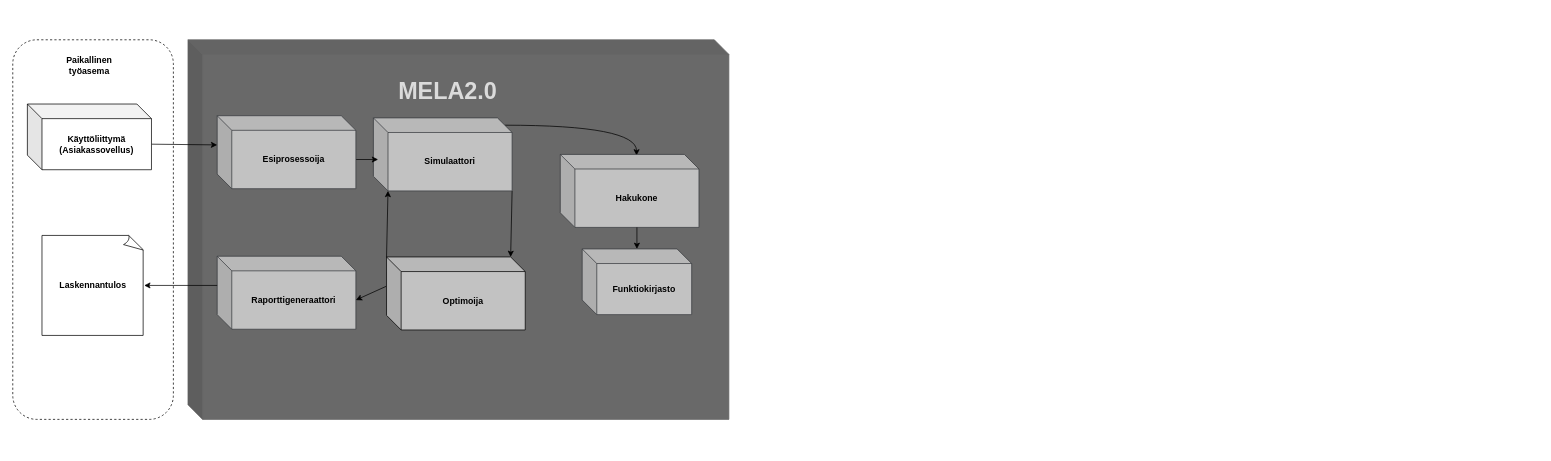
The draw.io diagram Figures/Kayttoliittyma.drawio in R1pe/MELA2.0-Users, before the edit. Source tidied: cells renumbered, new cells numbered last; positions are measured from the earlier drawing's top-left corner, leaving out a move shared by most shapes. Both pictures are drawn from the tidied source at 73%, with x=0, y=0 at pixel (12, 39).
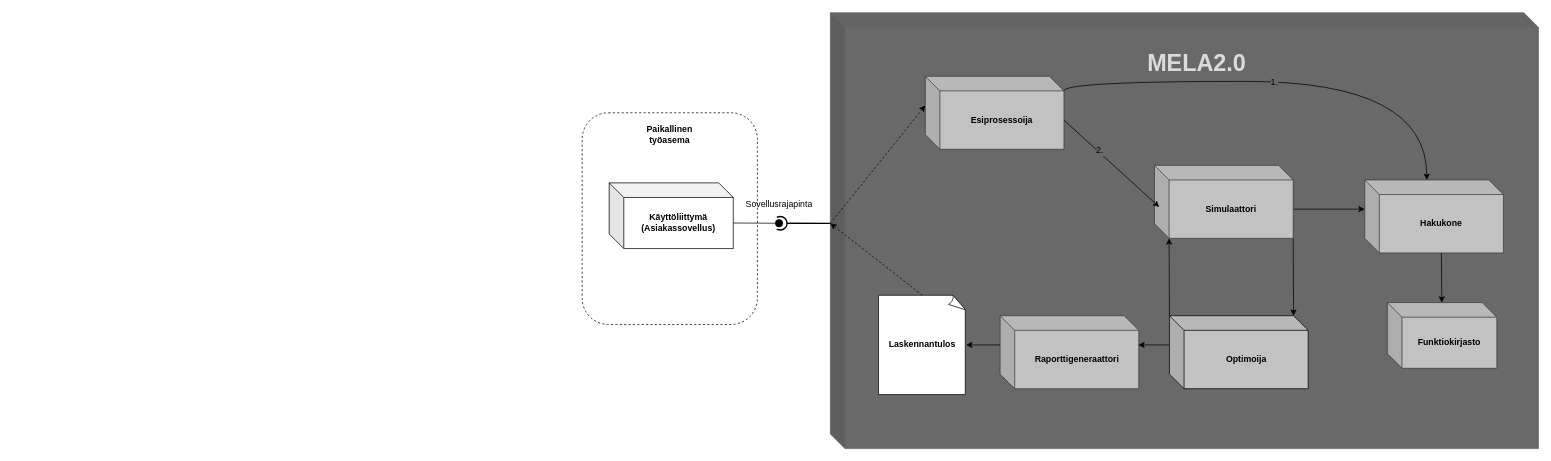
The same page after the edit.

Commit message (it also covers changes not shown here):
Kayttoliittyma figure made consistent with the public one

The change refers to these unchanged cells:
```xml
<mxCell id="16" style="edgeStyle=none;rounded=0;jettySize=auto;html=1;exitX=0;exitY=0;exitDx=190;exitDy=60;exitPerimeter=0;entryX=0.034;entryY=0.57;entryDx=0;entryDy=0;entryPerimeter=0;strokeColor=#000000;" parent="1" edge="1" source="17" target="8">
  <mxGeometry relative="1" as="geometry" />
</mxCell>
```

Diff of the diagram source:
```diff
@@
-    <mxCell id="2" style="rounded=1;whiteSpace=wrap;html=1;dashed=1;" parent="1" vertex="1">
-      <mxGeometry width="220" height="520" as="geometry" />
-    </mxCell>
-    <mxCell id="3" style="shape=cube;whiteSpace=wrap;html=1;boundedLbl=1;backgroundOutline=1;darkOpacity=0.05;darkOpacity2=0.1;fontSize=12;fillColor=#696969;strokeColor=#666666;fontColor=#333333;" parent="1" vertex="1">
-      <mxGeometry x="240" width="741" height="520" as="geometry" />
-    </mxCell>
+    <mxCell id="23" style="rounded=1;whiteSpace=wrap;html=1;dashed=1;" parent="1" vertex="1">
+      <mxGeometry x="780" y="100" width="240" height="290" as="geometry" />
+    </mxCell>
+    <mxCell id="24" style="shape=cube;whiteSpace=wrap;html=1;boundedLbl=1;backgroundOutline=1;darkOpacity=0.05;darkOpacity2=0.1;fontSize=12;fillColor=#696969;strokeColor=#666666;fontColor=#333333;" parent="1" vertex="1">
+      <mxGeometry x="1120" y="-37" width="970" height="597" as="geometry" />
+    </mxCell>
     <mxCell id="4" value="MELA2.0" style="text;html=1;strokeColor=none;fillColor=none;align=center;verticalAlign=middle;whiteSpace=wrap;rounded=0;fontSize=32;fontColor=#DBDBDB;fontStyle=1;" parent="1" vertex="1">
-      <mxGeometry x="515.5" y="44.5" width="160" height="50" as="geometry" />
+      <mxGeometry x="1542" y="6.5" width="160" height="50" as="geometry" />
     </mxCell>
     <mxCell id="5" value="Raporttigeneraattori" style="shape=cube;whiteSpace=wrap;html=1;boundedLbl=1;backgroundOutline=1;darkOpacity=0.05;darkOpacity2=0.1;fontSize=12;fillColor=#C2C2C2;strokeColor=#36393d;fontStyle=1;" parent="1" vertex="1">
-      <mxGeometry x="280" y="296.5" width="190" height="100" as="geometry" />
+      <mxGeometry x="1352.5" y="378" width="190" height="100" as="geometry" />
     </mxCell>
@@
-    <mxCell id="7" style="edgeStyle=orthogonalEdgeStyle;rounded=0;jettySize=auto;html=1;exitX=0;exitY=0;exitDx=180;exitDy=10;exitPerimeter=0;entryX=0.55;entryY=0.015;entryDx=0;entryDy=0;entryPerimeter=0;strokeColor=#000000;curved=1;" parent="1" edge="1" source="8" target="9">
-      <mxGeometry relative="1" as="geometry">
-        <Array as="points">
-          <mxPoint x="855" y="117" />
-        </Array>
-      </mxGeometry>
+    <mxCell id="7" style="edgeStyle=none;rounded=0;jettySize=auto;html=1;exitX=0;exitY=0;exitDx=190;exitDy=60;exitPerimeter=0;entryX=0;entryY=0;entryDx=0;entryDy=40;entryPerimeter=0;endArrow=classic;endFill=1;endSize=6;strokeWidth=1;" parent="1" edge="1" source="8" target="9">
+      <mxGeometry relative="1" as="geometry" />
     </mxCell>
     <mxCell id="8" value="Simulaattori" style="shape=cube;whiteSpace=wrap;html=1;boundedLbl=1;backgroundOutline=1;darkOpacity=0.05;darkOpacity2=0.1;fontSize=12;fillColor=#C2C2C2;strokeColor=#36393d;fontStyle=1;" parent="1" vertex="1">
-      <mxGeometry x="494" y="107" width="190" height="100" as="geometry" />
+      <mxGeometry x="1564" y="172" width="190" height="100" as="geometry" />
     </mxCell>
     <mxCell id="9" value="Hakukone" style="shape=cube;whiteSpace=wrap;html=1;boundedLbl=1;backgroundOutline=1;darkOpacity=0.05;darkOpacity2=0.1;fontSize=12;fillColor=#C2C2C2;strokeColor=#36393d;fontStyle=1;" parent="1" vertex="1">
-      <mxGeometry x="750" y="157" width="190" height="100" as="geometry" />
+      <mxGeometry x="1852" y="192" width="190" height="100" as="geometry" />
     </mxCell>
@@
-    <mxCell id="11" style="rounded=0;jettySize=auto;html=1;exitX=0;exitY=0;exitDx=0;exitDy=40;exitPerimeter=0;entryX=0;entryY=0;entryDx=190;entryDy=60;entryPerimeter=0;" parent="1" edge="1" source="12" target="5">
+    <mxCell id="11" style="rounded=0;jettySize=auto;html=1;exitX=0;exitY=0;exitDx=0;exitDy=40;exitPerimeter=0;entryX=0.997;entryY=0.4;entryDx=0;entryDy=0;entryPerimeter=0;" parent="1" edge="1" source="12" target="5">
       <mxGeometry relative="1" as="geometry" />
     </mxCell>
     <mxCell id="12" value="Optimoija" style="shape=cube;whiteSpace=wrap;html=1;boundedLbl=1;backgroundOutline=1;darkOpacity=0.05;darkOpacity2=0.1;fontSize=12;fillColor=#C2C2C2;strokeColor=#000000;fontStyle=1;" parent="1" vertex="1">
-      <mxGeometry x="512" y="297.5" width="190" height="100" as="geometry" />
+      <mxGeometry x="1584.5" y="378" width="190" height="100" as="geometry" />
     </mxCell>
-    <mxCell id="13" style="group;fontSize=12;" parent="1" vertex="1">
-      <mxGeometry x="413.5" y="397.5" width="300" height="160" as="geometry" />
-    </mxCell>
+    <mxCell id="25" style="group;fontSize=12;" parent="1" vertex="1">
+      <mxGeometry x="1480" y="389.5" width="300" height="160" as="geometry" />
+    </mxCell>
     <mxCell id="14" value="Laskennantulos" style="whiteSpace=wrap;html=1;shape=mxgraph.basic.document;fontSize=12;fontStyle=1;" parent="1" vertex="1">
-      <mxGeometry x="40" y="268" width="140" height="137" as="geometry" />
+      <mxGeometry x="1186" y="350" width="120" height="136" as="geometry" />
     </mxCell>
@@
+    <mxCell id="26" value="2." style="text;html=1;align=center;verticalAlign=middle;labelBackgroundColor=#696969;" parent="16" vertex="1">
+      <mxGeometry x="-0.27" y="2" relative="1" as="geometry" />
+    </mxCell>
+    <mxCell id="27" style="edgeStyle=orthogonalEdgeStyle;rounded=0;jettySize=auto;html=1;exitX=0;exitY=0;exitDx=190;exitDy=20;exitPerimeter=0;entryX=0;entryY=0;entryDx=85;entryDy=0;entryPerimeter=0;endArrow=classic;endFill=1;endSize=6;strokeWidth=1;curved=1;" parent="1" edge="1" source="17" target="9">
+      <mxGeometry relative="1" as="geometry">
+        <Array as="points">
+          <mxPoint x="1440" y="57" />
+          <mxPoint x="1937" y="57" />
+        </Array>
+      </mxGeometry>
+    </mxCell>
+    <mxCell id="28" value="1." style="text;html=1;align=center;verticalAlign=middle;labelBackgroundColor=#696969;" parent="27" vertex="1">
+      <mxGeometry x="-0.07" y="-1" relative="1" as="geometry" />
+    </mxCell>
     <mxCell id="17" value="Esiprosessoija" style="shape=cube;whiteSpace=wrap;html=1;boundedLbl=1;backgroundOutline=1;darkOpacity=0.05;darkOpacity2=0.1;fontSize=12;fillColor=#C2C2C2;strokeColor=#36393d;fontStyle=1;" parent="1" vertex="1">
-      <mxGeometry x="280" y="104" width="190" height="100" as="geometry" />
+      <mxGeometry x="1250" y="50" width="190" height="100" as="geometry" />
     </mxCell>
-    <mxCell id="18" style="rounded=0;jettySize=auto;html=1;exitX=0;exitY=0;exitDx=170;exitDy=55;exitPerimeter=0;entryX=0;entryY=0;entryDx=0;entryDy=40;entryPerimeter=0;strokeColor=#000000;" parent="1" edge="1" source="19" target="17">
-      <mxGeometry relative="1" as="geometry" />
-    </mxCell>
     <mxCell id="19" value="&lt;div&gt;Käyttöliittymä (Asiakassovellus)&lt;br&gt;&lt;/div&gt;" style="shape=cube;whiteSpace=wrap;html=1;boundedLbl=1;backgroundOutline=1;darkOpacity=0.05;darkOpacity2=0.1;fontSize=12;fontStyle=1;" parent="1" vertex="1">
-      <mxGeometry x="20" y="88" width="170" height="90" as="geometry" />
+      <mxGeometry x="817" y="196" width="170" height="90" as="geometry" />
     </mxCell>
@@
     <mxCell id="21" value="Funktiokirjasto" style="shape=cube;whiteSpace=wrap;html=1;boundedLbl=1;backgroundOutline=1;darkOpacity=0.05;darkOpacity2=0.1;fontSize=12;fillColor=#C2C2C2;strokeColor=#36393d;fontStyle=1;" parent="1" vertex="1">
-      <mxGeometry x="780" y="286.5" width="150" height="90" as="geometry" />
+      <mxGeometry x="1883" y="360" width="150" height="90" as="geometry" />
     </mxCell>
+    <mxCell id="29" style="ellipse;whiteSpace=wrap;html=1;shadow=0;strokeColor=#000000;fillColor=#ffffff;direction=east;rotation=-90;strokeWidth=2;" parent="1" vertex="1">
+      <mxGeometry x="1042" y="242" width="18.7" height="18.7" as="geometry" />
+    </mxCell>
+    <mxCell id="30" style="ellipse;whiteSpace=wrap;html=1;shadow=0;strokeColor=none;fillColor=#ffffff;direction=east;rotation=-90;" parent="1" vertex="1">
+      <mxGeometry x="1033" y="242" width="18.7" height="18.7" as="geometry" />
+    </mxCell>
+    <mxCell id="31" style="endArrow=none;html=1;entryX=0.5;entryY=1;entryDx=0;entryDy=0;exitX=0;exitY=0;exitDx=0;exitDy=288.5;exitPerimeter=0;strokeWidth=2;" parent="1" edge="1" source="24" target="29">
+      <mxGeometry relative="1" as="geometry" />
+    </mxCell>
+    <mxCell id="32" style="rounded=0;jettySize=auto;html=1;exitX=0;exitY=0;exitDx=170;exitDy=55;exitPerimeter=0;endArrow=oval;endFill=1;strokeWidth=1;endSize=10;entryX=0.5;entryY=1;entryDx=0;entryDy=0;" parent="1" edge="1" source="19">
+      <mxGeometry relative="1" as="geometry">
+        <mxPoint x="1049.7" y="251.3" as="targetPoint" />
+      </mxGeometry>
+    </mxCell>
+    <mxCell id="33" value="Sovellusrajapinta" style="text;html=1;strokeColor=none;fillColor=none;align=center;verticalAlign=middle;whiteSpace=wrap;rounded=0;" parent="1" vertex="1">
+      <mxGeometry x="1030" y="216" width="40" height="20" as="geometry" />
+    </mxCell>
+    <mxCell id="34" style="endArrow=classic;dashed=1;html=1;strokeWidth=1;entryX=0;entryY=0;entryDx=0;entryDy=40;entryPerimeter=0;endFill=1;exitX=0;exitY=0;exitDx=0;exitDy=288.5;exitPerimeter=0;" parent="1" edge="1" source="24" target="17">
+      <mxGeometry relative="1" as="geometry" />
+    </mxCell>
+    <mxCell id="35" style="endArrow=classic;dashed=1;html=1;strokeWidth=1;entryX=0;entryY=0;entryDx=0;entryDy=288.5;entryPerimeter=0;exitX=0.5;exitY=0;exitDx=0;exitDy=0;exitPerimeter=0;endFill=1;" parent="1" edge="1" source="14" target="24">
+      <mxGeometry relative="1" as="geometry" />
+    </mxCell>
-    <mxCell id="22" value="Paikallinen työasema" style="text;html=1;strokeColor=none;fillColor=none;align=center;verticalAlign=middle;whiteSpace=wrap;rounded=0;dashed=1;fontStyle=1;" parent="1" vertex="1">
-      <mxGeometry x="85" y="24.5" width="40" height="20" as="geometry" />
+    <mxCell id="22" value="Paikallinen työasema" style="text;html=1;strokeColor=none;fillColor=none;align=center;verticalAlign=middle;whiteSpace=wrap;rounded=0;fontStyle=1;" parent="1" vertex="1">
+      <mxGeometry x="880" y="120" width="40" height="20" as="geometry" />
     </mxCell>
```
